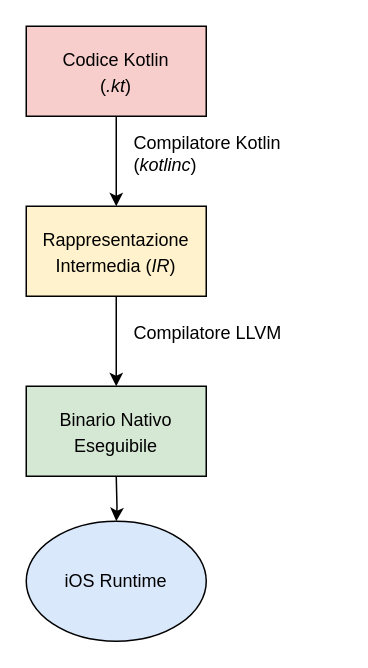
The draw.io diagram page "10-kotlinnative" (6 of 19) of tesi.drawio in paganellif/tesi-paganelli, before the edit. Source tidied: cells renumbered, new cells numbered last; positions are measured from the earlier drawing's top-left corner, leaving out a move shared by most shapes. Both pictures are drawn from the tidied source at 150%, with x=0, y=0 at pixel (26, 26).
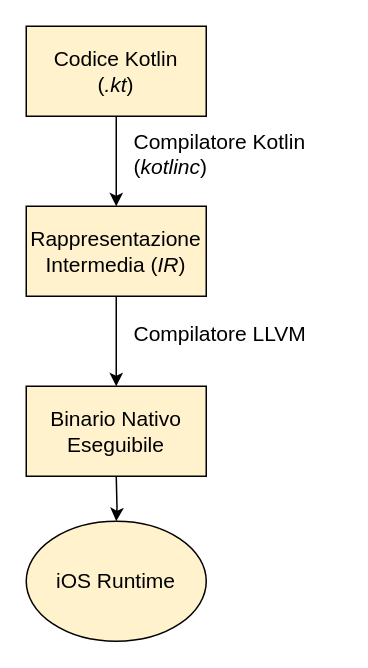
Above is the later version.

What changed in the source:
```diff
@@
 <mxGraphModel>
   <root>
     <mxCell id="0" />
     <mxCell id="1" parent="0" />
-    <mxCell id="2" style="edgeStyle=orthogonalEdgeStyle;rounded=0;orthogonalLoop=1;jettySize=auto;html=1;strokeColor=#000000;" parent="1" edge="1">
+    <mxCell id="2" style="edgeStyle=orthogonalEdgeStyle;rounded=0;orthogonalLoop=1;jettySize=auto;html=1;strokeColor=#000000;fontSize=14;" parent="1" edge="1">
       <mxGeometry relative="1" as="geometry">
         <mxPoint x="60" y="60" as="sourcePoint" />
         <mxPoint x="60" y="120" as="targetPoint" />
       </mxGeometry>
     </mxCell>
-    <mxCell id="3" value="Compilatore Kotlin&lt;br&gt;(&lt;i&gt;kotlinc&lt;/i&gt;)" style="text;html=1;align=left;verticalAlign=middle;strokeColor=none;fillColor=none;" parent="1" vertex="1">
-      <mxGeometry x="70" y="70" width="110" height="30" as="geometry" />
+    <mxCell id="3" value="Compilatore Kotlin&lt;br style=&quot;font-size: 14px;&quot;&gt;(&lt;i style=&quot;font-size: 14px;&quot;&gt;kotlinc&lt;/i&gt;)" style="text;html=1;align=left;verticalAlign=middle;strokeColor=none;fillColor=none;fontSize=14;" parent="1" vertex="1">
+      <mxGeometry x="70" y="60" width="140" height="50" as="geometry" />
     </mxCell>
-    <mxCell id="4" style="edgeStyle=orthogonalEdgeStyle;rounded=0;orthogonalLoop=1;jettySize=auto;html=1;strokeColor=#000000;" parent="1" edge="1">
+    <mxCell id="4" style="edgeStyle=orthogonalEdgeStyle;rounded=0;orthogonalLoop=1;jettySize=auto;html=1;strokeColor=#000000;fontSize=14;" parent="1" edge="1">
       <mxGeometry relative="1" as="geometry">
         <mxPoint x="60" y="180" as="sourcePoint" />
         <mxPoint x="60" y="240" as="targetPoint" />
       </mxGeometry>
     </mxCell>
-    <mxCell id="5" style="edgeStyle=orthogonalEdgeStyle;rounded=0;jettySize=auto;html=1;strokeColor=#000000;" parent="1" edge="1" target="7">
+    <mxCell id="5" style="edgeStyle=orthogonalEdgeStyle;rounded=0;jettySize=auto;html=1;strokeColor=#000000;fontSize=14;" parent="1" edge="1" target="7">
       <mxGeometry relative="1" as="geometry">
         <mxPoint x="60" y="300" as="sourcePoint" />
       </mxGeometry>
     </mxCell>
-    <mxCell id="6" value="Compilatore LLVM" style="text;html=1;align=left;verticalAlign=middle;strokeColor=none;fillColor=none;" parent="1" vertex="1">
-      <mxGeometry x="70" y="195" width="110" height="20" as="geometry" />
+    <mxCell id="6" value="Compilatore LLVM" style="text;html=1;align=left;verticalAlign=middle;strokeColor=none;fillColor=none;fontSize=14;" parent="1" vertex="1">
+      <mxGeometry x="70" y="190" width="140" height="30" as="geometry" />
     </mxCell>
-    <mxCell id="7" value="iOS Runtime" style="ellipse;whiteSpace=wrap;html=1;fillColor=#dae8fc;strokeColor=#000000;" parent="1" vertex="1">
+    <mxCell id="7" value="iOS Runtime" style="ellipse;whiteSpace=wrap;html=1;fillColor=#FFF2CC;strokeColor=#000000;fontSize=14;" parent="1" vertex="1">
       <mxGeometry y="330" width="120" height="80" as="geometry" />
     </mxCell>
-    <mxCell id="8" value="&lt;span style=&quot;font-size: 12px;&quot;&gt;Codice Kotlin&lt;/span&gt;&lt;br style=&quot;font-size: 12px;&quot;&gt;&lt;span style=&quot;font-size: 12px;&quot;&gt;(&lt;/span&gt;&lt;i style=&quot;font-size: 12px;&quot;&gt;.kt&lt;/i&gt;&lt;span style=&quot;font-size: 12px;&quot;&gt;)&lt;/span&gt;" style="rounded=0;whiteSpace=wrap;html=1;fontSize=14;strokeColor=#000000;fillColor=#f8cecc;" parent="1" vertex="1">
+    <mxCell id="8" value="&lt;span style=&quot;font-size: 14px;&quot;&gt;Codice Kotlin&lt;/span&gt;&lt;br style=&quot;font-size: 14px;&quot;&gt;&lt;span style=&quot;font-size: 14px;&quot;&gt;(&lt;/span&gt;&lt;i style=&quot;font-size: 14px;&quot;&gt;.kt&lt;/i&gt;&lt;span style=&quot;font-size: 14px;&quot;&gt;)&lt;/span&gt;" style="rounded=0;whiteSpace=wrap;html=1;fontSize=14;strokeColor=#000000;fillColor=#FFF2CC;" parent="1" vertex="1">
       <mxGeometry width="120" height="60" as="geometry" />
     </mxCell>
-    <mxCell id="9" value="&lt;span style=&quot;font-size: 12px;&quot;&gt;Rappresentazione Intermedia (&lt;/span&gt;&lt;i style=&quot;font-size: 12px;&quot;&gt;IR&lt;/i&gt;&lt;span style=&quot;font-size: 12px;&quot;&gt;)&lt;/span&gt;" style="rounded=0;whiteSpace=wrap;html=1;fontSize=14;strokeColor=#000000;fillColor=#fff2cc;" parent="1" vertex="1">
+    <mxCell id="9" value="&lt;span style=&quot;font-size: 14px;&quot;&gt;Rappresentazione Intermedia (&lt;/span&gt;&lt;i style=&quot;font-size: 14px;&quot;&gt;IR&lt;/i&gt;&lt;span style=&quot;font-size: 14px;&quot;&gt;)&lt;/span&gt;" style="rounded=0;whiteSpace=wrap;html=1;fontSize=14;strokeColor=#000000;fillColor=#FFF2CC;" parent="1" vertex="1">
       <mxGeometry y="120" width="120" height="60" as="geometry" />
     </mxCell>
-    <mxCell id="10" value="&lt;span style=&quot;font-size: 12px;&quot;&gt;Binario Nativo Eseguibile&lt;/span&gt;" style="rounded=0;whiteSpace=wrap;html=1;fontSize=14;strokeColor=#000000;fillColor=#d5e8d4;" parent="1" vertex="1">
+    <mxCell id="10" value="&lt;span style=&quot;font-size: 14px;&quot;&gt;Binario Nativo Eseguibile&lt;/span&gt;" style="rounded=0;whiteSpace=wrap;html=1;fontSize=14;strokeColor=#000000;fillColor=#FFF2CC;" parent="1" vertex="1">
       <mxGeometry y="240" width="120" height="60" as="geometry" />
     </mxCell>
   </root>
 </mxGraphModel>
```
